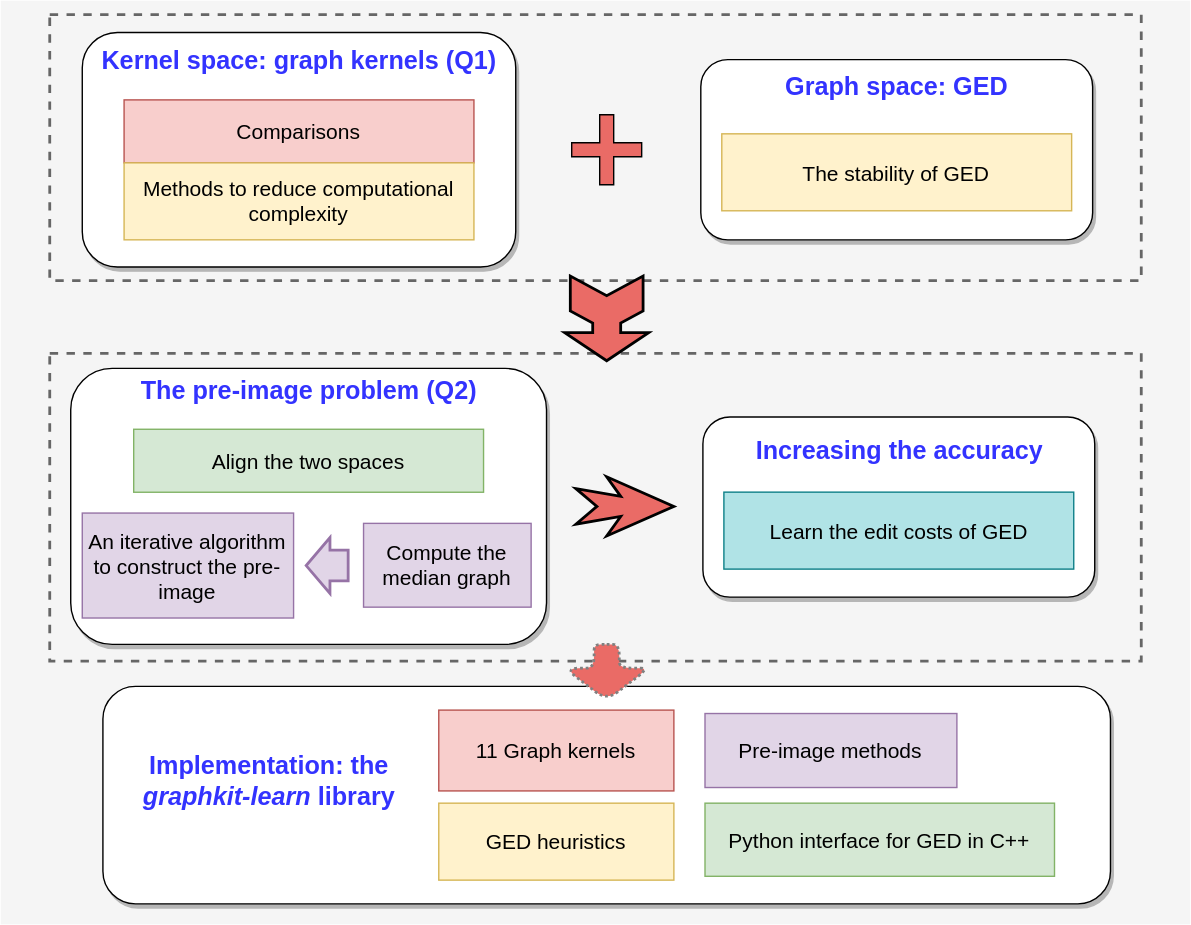
Above: architecture.svg in jajupmochi/phd_thesis (draw.io), before the change. Source tidied: cells renumbered, new cells last; positions are measured from the earlier drawing's top-left corner, leaving out a move shared by most shapes.
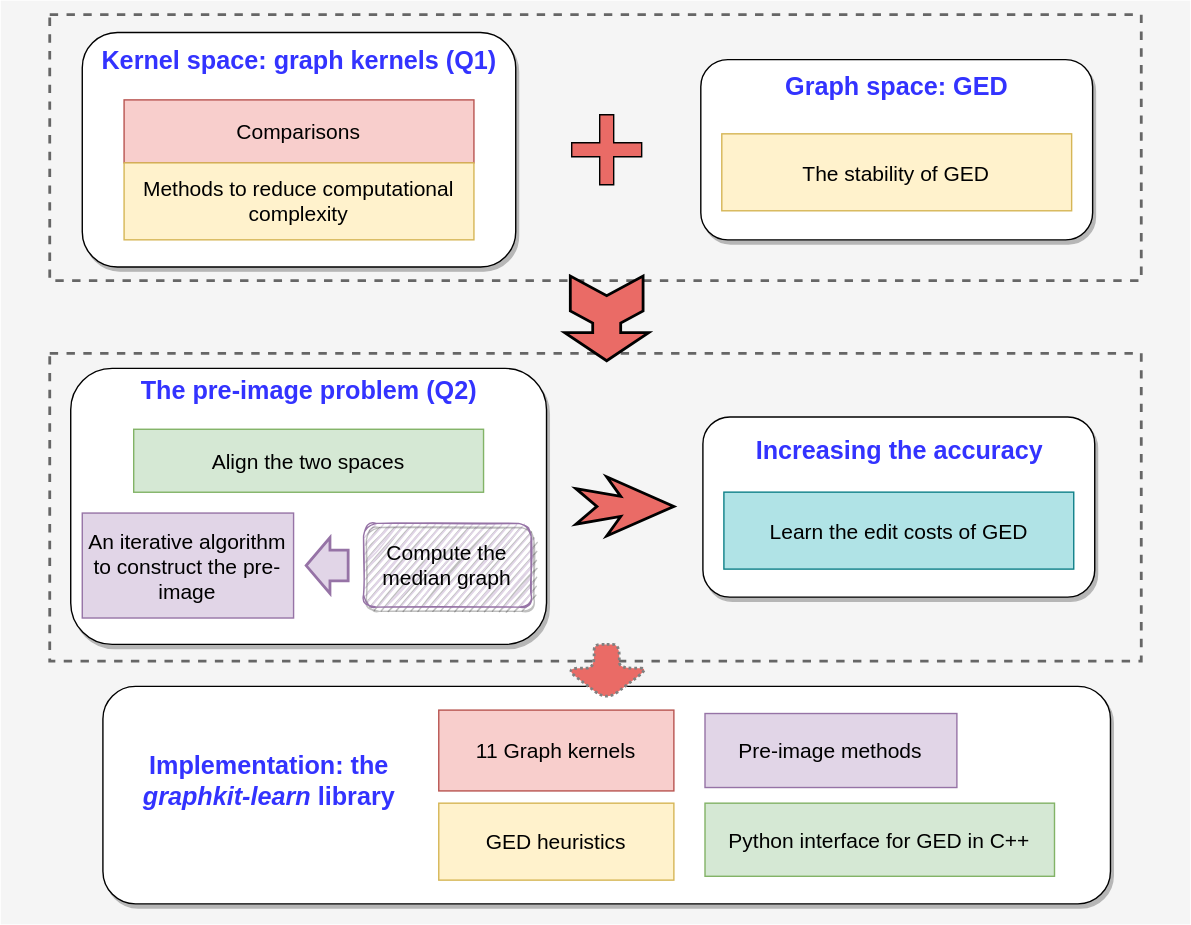
The same diagram one commit later.

What changed in the source:
```diff
@@ -41,7 +41,7 @@
     <mxCell id="14" value="&lt;h1 style=&quot;font-size: 18px&quot;&gt;The pre-image problem (Q2)&lt;br&gt;&lt;/h1&gt;" style="text;html=1;strokeColor=none;fillColor=none;spacing=5;spacingTop=-20;whiteSpace=wrap;overflow=hidden;rounded=0;shadow=1;glass=0;dashed=1;sketch=0;align=center;verticalAlign=middle;fontColor=#3333FF;" parent="1" vertex="1">
       <mxGeometry x="68.8" y="253.9" width="302.5" height="70" as="geometry" />
     </mxCell>
-    <mxCell id="15" value="&lt;div&gt;&lt;font style=&quot;font-size: 15px&quot;&gt;Compute the &lt;br&gt;&lt;/font&gt;&lt;/div&gt;&lt;div&gt;&lt;font style=&quot;font-size: 15px&quot;&gt;median graph&lt;/font&gt;&lt;/div&gt;" style="text;html=1;align=center;verticalAlign=middle;whiteSpace=wrap;rounded=0;shadow=0;glass=0;sketch=0;fillColor=#e1d5e7;strokeColor=#9673a6;" parent="1" vertex="1">
+    <mxCell id="15" value="&lt;div&gt;&lt;font style=&quot;font-size: 15px&quot;&gt;Compute the &lt;br&gt;&lt;/font&gt;&lt;/div&gt;&lt;div&gt;&lt;font style=&quot;font-size: 15px&quot;&gt;median graph&lt;/font&gt;&lt;/div&gt;" style="text;html=1;align=center;verticalAlign=middle;whiteSpace=wrap;rounded=1;shadow=1;glass=0;sketch=1;fillColor=#e1d5e7;strokeColor=#9673a6;" parent="1" vertex="1">
       <mxGeometry x="259.2" y="373.5" width="119.8" height="59.9" as="geometry" />
     </mxCell>
     <mxCell id="16" value="&lt;div&gt;&lt;font style=&quot;font-size: 15px&quot;&gt;An iterative algorithm&lt;/font&gt;&lt;/div&gt;&lt;div&gt;&lt;font style=&quot;font-size: 15px&quot;&gt; to construct the pre-&lt;/font&gt;&lt;/div&gt;&lt;div&gt;&lt;font style=&quot;font-size: 15px&quot;&gt;image&lt;/font&gt;&lt;/div&gt;" style="text;html=1;align=center;verticalAlign=middle;whiteSpace=wrap;rounded=0;shadow=0;glass=0;sketch=0;fillColor=#e1d5e7;strokeColor=#9673a6;" parent="1" vertex="1">
```
